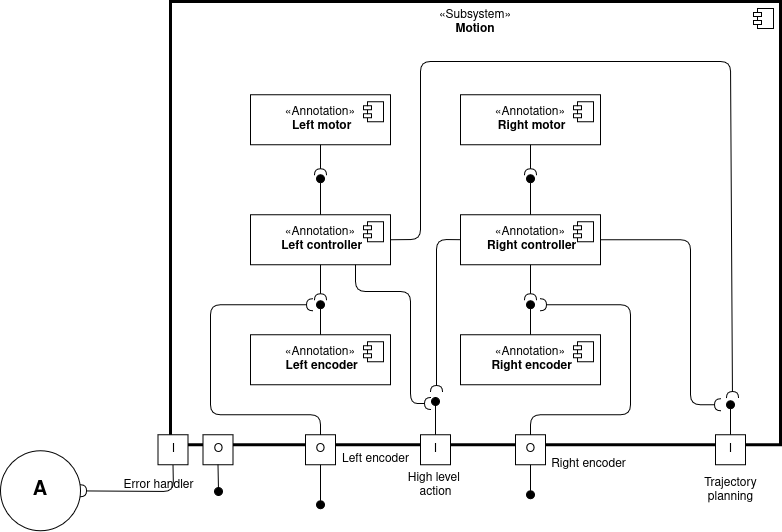
This is docs/source/_static/motion.png from AlessandroMangili/Assignment_Cogar_group_I, a draw.io export, as it was before one commit. Source tidied: cells renumbered, new cells last; positions are measured from the earlier drawing's top-left corner, leaving out a move shared by most shapes. The source it was exported from:
```xml
<mxGraphModel>
  <root>
    <mxCell id="0" />
    <mxCell id="1" parent="0" />
    <mxCell id="2" value="«Subsystem»&lt;br&gt;&lt;div&gt;&lt;b&gt;Motion&lt;/b&gt;&lt;/div&gt;&lt;div&gt;&lt;b&gt;&lt;br&gt;&lt;/b&gt;&lt;/div&gt;" style="html=1;whiteSpace=wrap;fillColor=none;align=center;verticalAlign=top;strokeWidth=3;" parent="1" vertex="1">
      <mxGeometry x="170" width="610" height="443.2" as="geometry" />
    </mxCell>
    <mxCell id="3" style="shape=module;jettyWidth=8;jettyHeight=4;" parent="2" vertex="1">
      <mxGeometry x="1" width="20" height="20" relative="1" as="geometry">
        <mxPoint x="-27" y="7" as="offset" />
      </mxGeometry>
    </mxCell>
    <mxCell id="4" value="«Annotation»&lt;br&gt;&lt;b&gt;&amp;nbsp;Left motor&lt;/b&gt;" style="html=1;whiteSpace=wrap;" parent="1" vertex="1">
      <mxGeometry x="250" y="93.2" width="140" height="50" as="geometry" />
    </mxCell>
    <mxCell id="5" style="shape=module;jettyWidth=8;jettyHeight=4;" parent="4" vertex="1">
      <mxGeometry x="1" width="20" height="20" relative="1" as="geometry">
        <mxPoint x="-27" y="7" as="offset" />
      </mxGeometry>
    </mxCell>
    <mxCell id="6" value="«Annotation»&lt;br&gt;&lt;b&gt;&amp;nbsp;Left encoder&lt;/b&gt;" style="html=1;whiteSpace=wrap;" parent="1" vertex="1">
      <mxGeometry x="250" y="333.2" width="140" height="50" as="geometry" />
    </mxCell>
    <mxCell id="7" style="shape=module;jettyWidth=8;jettyHeight=4;" parent="6" vertex="1">
      <mxGeometry x="1" width="20" height="20" relative="1" as="geometry">
        <mxPoint x="-27" y="7" as="offset" />
      </mxGeometry>
    </mxCell>
    <mxCell id="8" value="«Annotation»&lt;br&gt;&lt;b&gt;&amp;nbsp;Left controller&lt;/b&gt;" style="html=1;whiteSpace=wrap;" parent="1" vertex="1">
      <mxGeometry x="250" y="213.2" width="140" height="50" as="geometry" />
    </mxCell>
    <mxCell id="9" style="shape=module;jettyWidth=8;jettyHeight=4;" parent="8" vertex="1">
      <mxGeometry x="1" width="20" height="20" relative="1" as="geometry">
        <mxPoint x="-27" y="7" as="offset" />
      </mxGeometry>
    </mxCell>
    <mxCell id="10" style="html=1;verticalAlign=bottom;labelBackgroundColor=none;endArrow=oval;endFill=1;endSize=8;exitX=0.5;exitY=0;exitDx=0;exitDy=0;" parent="1" edge="1" source="6">
      <mxGeometry relative="1" as="geometry">
        <mxPoint x="320" y="303.2" as="targetPoint" />
      </mxGeometry>
    </mxCell>
    <mxCell id="11" style="html=1;verticalAlign=bottom;labelBackgroundColor=none;endArrow=halfCircle;endFill=0;endSize=4;exitX=0.5;exitY=1;exitDx=0;exitDy=0;" parent="1" edge="1" source="8">
      <mxGeometry relative="1" as="geometry">
        <mxPoint x="320" y="298.2" as="targetPoint" />
      </mxGeometry>
    </mxCell>
    <mxCell id="12" style="html=1;verticalAlign=bottom;labelBackgroundColor=none;endArrow=oval;endFill=1;endSize=8;exitX=0.5;exitY=0;exitDx=0;exitDy=0;" parent="1" edge="1" source="8">
      <mxGeometry relative="1" as="geometry">
        <mxPoint x="320" y="177.2" as="targetPoint" />
      </mxGeometry>
    </mxCell>
    <mxCell id="13" style="html=1;verticalAlign=bottom;labelBackgroundColor=none;endArrow=halfCircle;endFill=0;endSize=4;exitX=0.5;exitY=1;exitDx=0;exitDy=0;" parent="1" edge="1" source="4">
      <mxGeometry relative="1" as="geometry">
        <mxPoint x="320" y="173.2" as="targetPoint" />
      </mxGeometry>
    </mxCell>
    <mxCell id="14" value="«Annotation»&lt;br&gt;&lt;b&gt;&amp;nbsp;Right motor&lt;/b&gt;" style="html=1;whiteSpace=wrap;" parent="1" vertex="1">
      <mxGeometry x="460" y="93.2" width="140" height="50" as="geometry" />
    </mxCell>
    <mxCell id="15" style="shape=module;jettyWidth=8;jettyHeight=4;" parent="14" vertex="1">
      <mxGeometry x="1" width="20" height="20" relative="1" as="geometry">
        <mxPoint x="-27" y="7" as="offset" />
      </mxGeometry>
    </mxCell>
    <mxCell id="16" value="«Annotation»&lt;br&gt;&lt;b&gt;&amp;nbsp;Right encoder&lt;/b&gt;" style="html=1;whiteSpace=wrap;" parent="1" vertex="1">
      <mxGeometry x="460" y="333.2" width="140" height="50" as="geometry" />
    </mxCell>
    <mxCell id="17" style="shape=module;jettyWidth=8;jettyHeight=4;" parent="16" vertex="1">
      <mxGeometry x="1" width="20" height="20" relative="1" as="geometry">
        <mxPoint x="-27" y="7" as="offset" />
      </mxGeometry>
    </mxCell>
    <mxCell id="18" value="«Annotation»&lt;br&gt;&lt;b&gt;&amp;nbsp;Right controller&lt;/b&gt;" style="html=1;whiteSpace=wrap;" parent="1" vertex="1">
      <mxGeometry x="460" y="213.2" width="140" height="50" as="geometry" />
    </mxCell>
    <mxCell id="19" style="shape=module;jettyWidth=8;jettyHeight=4;" parent="18" vertex="1">
      <mxGeometry x="1" width="20" height="20" relative="1" as="geometry">
        <mxPoint x="-27" y="7" as="offset" />
      </mxGeometry>
    </mxCell>
    <mxCell id="20" style="html=1;verticalAlign=bottom;labelBackgroundColor=none;endArrow=oval;endFill=1;endSize=8;exitX=0.5;exitY=0;exitDx=0;exitDy=0;" parent="1" edge="1" source="16">
      <mxGeometry relative="1" as="geometry">
        <mxPoint x="530" y="303.2" as="targetPoint" />
      </mxGeometry>
    </mxCell>
    <mxCell id="21" style="html=1;verticalAlign=bottom;labelBackgroundColor=none;endArrow=halfCircle;endFill=0;endSize=4;exitX=0.5;exitY=1;exitDx=0;exitDy=0;" parent="1" edge="1" source="18">
      <mxGeometry relative="1" as="geometry">
        <mxPoint x="530" y="298.2" as="targetPoint" />
      </mxGeometry>
    </mxCell>
    <mxCell id="22" style="html=1;verticalAlign=bottom;labelBackgroundColor=none;endArrow=oval;endFill=1;endSize=8;exitX=0.5;exitY=0;exitDx=0;exitDy=0;" parent="1" edge="1" source="18">
      <mxGeometry relative="1" as="geometry">
        <mxPoint x="530" y="177.2" as="targetPoint" />
      </mxGeometry>
    </mxCell>
    <mxCell id="23" style="html=1;verticalAlign=bottom;labelBackgroundColor=none;endArrow=halfCircle;endFill=0;endSize=4;exitX=0.5;exitY=1;exitDx=0;exitDy=0;" parent="1" edge="1" source="14">
      <mxGeometry relative="1" as="geometry">
        <mxPoint x="530" y="173.2" as="targetPoint" />
      </mxGeometry>
    </mxCell>
    <mxCell id="24" value="O" style="html=1;rounded=0;direction=west;flipV=1;flipH=0;" parent="1" vertex="1">
      <mxGeometry x="305" y="433.2" width="30" height="30" as="geometry" />
    </mxCell>
    <mxCell id="25" style="html=1;verticalAlign=bottom;labelBackgroundColor=none;endArrow=oval;endFill=1;endSize=8;exitX=0.5;exitY=0;exitDx=0;exitDy=0;" parent="1" edge="1" source="24">
      <mxGeometry relative="1" as="geometry">
        <mxPoint x="320" y="503.2" as="targetPoint" />
      </mxGeometry>
    </mxCell>
    <mxCell id="26" style="html=1;verticalAlign=bottom;labelBackgroundColor=none;endArrow=halfCircle;endFill=0;endSize=4;exitX=0.5;exitY=1;exitDx=0;exitDy=0;" parent="1" edge="1" source="24">
      <mxGeometry relative="1" as="geometry">
        <mxPoint x="312" y="303.2" as="targetPoint" />
        <Array as="points">
          <mxPoint x="320" y="413.2" />
          <mxPoint x="210" y="413.2" />
          <mxPoint x="210" y="303.2" />
        </Array>
      </mxGeometry>
    </mxCell>
    <mxCell id="27" value="O" style="html=1;rounded=0;direction=west;flipV=1;flipH=0;" parent="1" vertex="1">
      <mxGeometry x="515" y="433.2" width="30" height="30" as="geometry" />
    </mxCell>
    <mxCell id="28" style="html=1;verticalAlign=bottom;labelBackgroundColor=none;endArrow=halfCircle;endFill=0;endSize=4;exitX=0.5;exitY=1;exitDx=0;exitDy=0;" parent="1" edge="1" source="27">
      <mxGeometry relative="1" as="geometry">
        <mxPoint x="540" y="303.2" as="targetPoint" />
        <Array as="points">
          <mxPoint x="530" y="413.2" />
          <mxPoint x="630" y="413.2" />
          <mxPoint x="630" y="303.2" />
        </Array>
      </mxGeometry>
    </mxCell>
    <mxCell id="29" style="html=1;verticalAlign=bottom;labelBackgroundColor=none;endArrow=oval;endFill=1;endSize=8;exitX=0.5;exitY=0;exitDx=0;exitDy=0;" parent="1" edge="1" source="27">
      <mxGeometry relative="1" as="geometry">
        <mxPoint x="530" y="493.2" as="targetPoint" />
      </mxGeometry>
    </mxCell>
    <mxCell id="30" value="I" style="html=1;rounded=0;direction=west;flipV=1;flipH=0;" parent="1" vertex="1">
      <mxGeometry x="715" y="433.2" width="30" height="30" as="geometry" />
    </mxCell>
    <mxCell id="31" style="html=1;verticalAlign=bottom;labelBackgroundColor=none;endArrow=oval;endFill=1;endSize=8;exitX=0.5;exitY=1;exitDx=0;exitDy=0;" parent="1" edge="1" source="30">
      <mxGeometry relative="1" as="geometry">
        <mxPoint x="730" y="403.2" as="targetPoint" />
      </mxGeometry>
    </mxCell>
    <mxCell id="32" style="html=1;verticalAlign=bottom;labelBackgroundColor=none;endArrow=halfCircle;endFill=0;endSize=4;exitX=1;exitY=0.5;exitDx=0;exitDy=0;" parent="1" edge="1" source="18">
      <mxGeometry relative="1" as="geometry">
        <mxPoint x="720" y="403.2" as="targetPoint" />
        <Array as="points">
          <mxPoint x="690" y="238.2" />
          <mxPoint x="690" y="403.2" />
        </Array>
      </mxGeometry>
    </mxCell>
    <mxCell id="33" value="Left encoder" style="text;html=1;align=center;verticalAlign=middle;strokeColor=none;fillColor=none;" parent="1" vertex="1">
      <mxGeometry x="330" y="443.2" width="90" height="30" as="geometry" />
    </mxCell>
    <mxCell id="34" value="I" style="html=1;rounded=0;direction=west;flipV=1;flipH=0;" parent="1" vertex="1">
      <mxGeometry x="420" y="433.2" width="30" height="30" as="geometry" />
    </mxCell>
    <mxCell id="35" style="html=1;verticalAlign=bottom;labelBackgroundColor=none;endArrow=oval;endFill=1;endSize=8;exitX=0.5;exitY=1;exitDx=0;exitDy=0;" parent="1" edge="1" source="34">
      <mxGeometry relative="1" as="geometry">
        <mxPoint x="435" y="400" as="targetPoint" />
      </mxGeometry>
    </mxCell>
    <mxCell id="36" style="html=1;verticalAlign=bottom;labelBackgroundColor=none;endArrow=halfCircle;endFill=0;endSize=4;exitX=1;exitY=0.5;exitDx=0;exitDy=0;" parent="1" edge="1" source="8">
      <mxGeometry relative="1" as="geometry">
        <mxPoint x="732" y="396" as="targetPoint" />
        <Array as="points">
          <mxPoint x="420" y="238" />
          <mxPoint x="420" y="60" />
          <mxPoint x="730" y="60" />
        </Array>
      </mxGeometry>
    </mxCell>
    <mxCell id="37" style="html=1;verticalAlign=bottom;labelBackgroundColor=none;endArrow=halfCircle;endFill=0;endSize=4;exitX=0;exitY=0.5;exitDx=0;exitDy=0;" parent="1" edge="1" source="18">
      <mxGeometry relative="1" as="geometry">
        <mxPoint x="436" y="390" as="targetPoint" />
        <Array as="points">
          <mxPoint x="436" y="238" />
        </Array>
      </mxGeometry>
    </mxCell>
    <mxCell id="38" style="html=1;verticalAlign=bottom;labelBackgroundColor=none;endArrow=halfCircle;endFill=0;endSize=4;exitX=0.75;exitY=1;exitDx=0;exitDy=0;" parent="1" edge="1" source="8">
      <mxGeometry relative="1" as="geometry">
        <mxPoint x="430" y="402" as="targetPoint" />
        <Array as="points">
          <mxPoint x="355" y="290" />
          <mxPoint x="410" y="290" />
          <mxPoint x="410" y="402" />
        </Array>
      </mxGeometry>
    </mxCell>
    <mxCell id="39" value="Right encoder" style="text;html=1;align=center;verticalAlign=middle;strokeColor=none;fillColor=none;" parent="1" vertex="1">
      <mxGeometry x="537.5" y="448.2" width="100" height="30" as="geometry" />
    </mxCell>
    <mxCell id="40" value="O" style="html=1;rounded=0;direction=west;flipV=1;flipH=0;" parent="1" vertex="1">
      <mxGeometry x="202.5" y="433.2" width="30" height="30" as="geometry" />
    </mxCell>
    <mxCell id="41" style="html=1;verticalAlign=bottom;labelBackgroundColor=none;endArrow=oval;endFill=1;endSize=8;exitX=0.5;exitY=0;exitDx=0;exitDy=0;" parent="1" edge="1" source="40">
      <mxGeometry relative="1" as="geometry">
        <mxPoint x="218" y="490" as="targetPoint" />
      </mxGeometry>
    </mxCell>
    <mxCell id="42" value="I" style="html=1;rounded=0;direction=west;flipV=1;flipH=0;" parent="1" vertex="1">
      <mxGeometry x="157.5" y="433.2" width="30" height="30" as="geometry" />
    </mxCell>
    <mxCell id="43" value="&lt;b&gt;A&lt;/b&gt;" style="ellipse;whiteSpace=wrap;html=1;fontSize=20;" parent="1" vertex="1">
      <mxGeometry y="449.4" width="80" height="80" as="geometry" />
    </mxCell>
    <mxCell id="44" style="html=1;verticalAlign=bottom;labelBackgroundColor=none;endArrow=halfCircle;endFill=0;endSize=4;exitX=0.5;exitY=0;exitDx=0;exitDy=0;entryX=1;entryY=0.5;entryDx=0;entryDy=0;" parent="1" edge="1" source="42" target="43">
      <mxGeometry relative="1" as="geometry">
        <Array as="points">
          <mxPoint x="173" y="490" />
        </Array>
      </mxGeometry>
    </mxCell>
    <mxCell id="45" value="&lt;div&gt;Error handler&lt;/div&gt;" style="text;html=1;align=center;verticalAlign=middle;strokeColor=none;fillColor=none;" parent="1" vertex="1">
      <mxGeometry x="112.5" y="468.6" width="90" height="30" as="geometry" />
    </mxCell>
    <mxCell id="46" value="&lt;div&gt;High level&amp;nbsp;&lt;/div&gt;&lt;div&gt;action&lt;/div&gt;" style="text;html=1;align=center;verticalAlign=middle;strokeColor=none;fillColor=none;" parent="1" vertex="1">
      <mxGeometry x="395" y="463.6" width="80" height="40" as="geometry" />
    </mxCell>
    <mxCell id="47" value="Trajectory&lt;div&gt;planning&lt;/div&gt;" style="text;html=1;align=center;verticalAlign=middle;strokeColor=none;fillColor=none;flipV=0;" parent="1" vertex="1">
      <mxGeometry x="690" y="468.6" width="80" height="40" as="geometry" />
    </mxCell>
  </root>
</mxGraphModel>
```
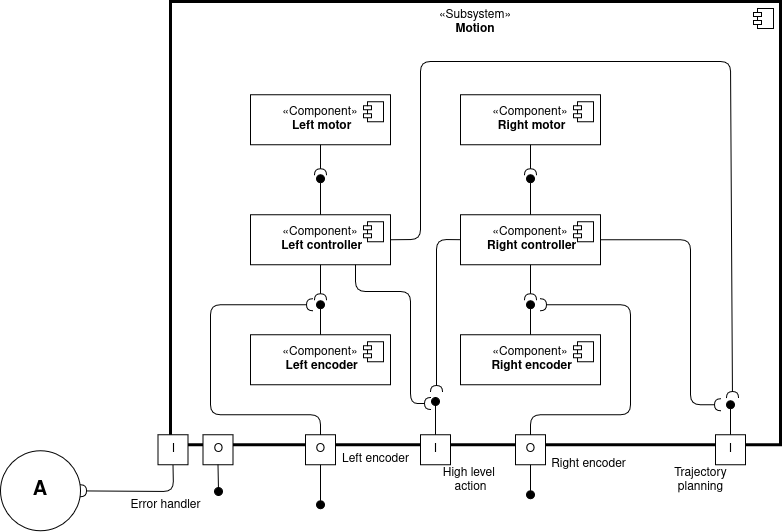
After the change.

Change to the diagram source:
```diff
@@ -10,7 +10,7 @@
         <mxPoint x="-27" y="7" as="offset" />
       </mxGeometry>
     </mxCell>
-    <mxCell id="4" value="«Annotation»&lt;br&gt;&lt;b&gt;&amp;nbsp;Left motor&lt;/b&gt;" style="html=1;whiteSpace=wrap;" parent="1" vertex="1">
+    <mxCell id="4" value="«Component»&lt;br&gt;&lt;b&gt;&amp;nbsp;Left motor&lt;/b&gt;" style="html=1;whiteSpace=wrap;" parent="1" vertex="1">
       <mxGeometry x="250" y="93.2" width="140" height="50" as="geometry" />
     </mxCell>
     <mxCell id="5" style="shape=module;jettyWidth=8;jettyHeight=4;" parent="4" vertex="1">
@@ -18,7 +18,7 @@
         <mxPoint x="-27" y="7" as="offset" />
       </mxGeometry>
     </mxCell>
-    <mxCell id="6" value="«Annotation»&lt;br&gt;&lt;b&gt;&amp;nbsp;Left encoder&lt;/b&gt;" style="html=1;whiteSpace=wrap;" parent="1" vertex="1">
+    <mxCell id="6" value="«Component»&lt;br&gt;&lt;b&gt;&amp;nbsp;Left encoder&lt;/b&gt;" style="html=1;whiteSpace=wrap;" parent="1" vertex="1">
       <mxGeometry x="250" y="333.2" width="140" height="50" as="geometry" />
     </mxCell>
     <mxCell id="7" style="shape=module;jettyWidth=8;jettyHeight=4;" parent="6" vertex="1">
@@ -26,7 +26,7 @@
         <mxPoint x="-27" y="7" as="offset" />
       </mxGeometry>
     </mxCell>
-    <mxCell id="8" value="«Annotation»&lt;br&gt;&lt;b&gt;&amp;nbsp;Left controller&lt;/b&gt;" style="html=1;whiteSpace=wrap;" parent="1" vertex="1">
+    <mxCell id="8" value="«Component»&lt;br&gt;&lt;b&gt;&amp;nbsp;Left controller&lt;/b&gt;" style="html=1;whiteSpace=wrap;" parent="1" vertex="1">
       <mxGeometry x="250" y="213.2" width="140" height="50" as="geometry" />
     </mxCell>
     <mxCell id="9" style="shape=module;jettyWidth=8;jettyHeight=4;" parent="8" vertex="1">
@@ -54,7 +54,7 @@
         <mxPoint x="320" y="173.2" as="targetPoint" />
       </mxGeometry>
     </mxCell>
-    <mxCell id="14" value="«Annotation»&lt;br&gt;&lt;b&gt;&amp;nbsp;Right motor&lt;/b&gt;" style="html=1;whiteSpace=wrap;" parent="1" vertex="1">
+    <mxCell id="14" value="«Component»&lt;br&gt;&lt;b&gt;&amp;nbsp;Right motor&lt;/b&gt;" style="html=1;whiteSpace=wrap;" parent="1" vertex="1">
       <mxGeometry x="460" y="93.2" width="140" height="50" as="geometry" />
     </mxCell>
     <mxCell id="15" style="shape=module;jettyWidth=8;jettyHeight=4;" parent="14" vertex="1">
@@ -62,7 +62,7 @@
         <mxPoint x="-27" y="7" as="offset" />
       </mxGeometry>
     </mxCell>
-    <mxCell id="16" value="«Annotation»&lt;br&gt;&lt;b&gt;&amp;nbsp;Right encoder&lt;/b&gt;" style="html=1;whiteSpace=wrap;" parent="1" vertex="1">
+    <mxCell id="16" value="«Component»&lt;br&gt;&lt;b&gt;&amp;nbsp;Right encoder&lt;/b&gt;" style="html=1;whiteSpace=wrap;" parent="1" vertex="1">
       <mxGeometry x="460" y="333.2" width="140" height="50" as="geometry" />
     </mxCell>
     <mxCell id="17" style="shape=module;jettyWidth=8;jettyHeight=4;" parent="16" vertex="1">
@@ -70,7 +70,7 @@
         <mxPoint x="-27" y="7" as="offset" />
       </mxGeometry>
     </mxCell>
-    <mxCell id="18" value="«Annotation»&lt;br&gt;&lt;b&gt;&amp;nbsp;Right controller&lt;/b&gt;" style="html=1;whiteSpace=wrap;" parent="1" vertex="1">
+    <mxCell id="18" value="«Component»&lt;br&gt;&lt;b&gt;&amp;nbsp;Right controller&lt;/b&gt;" style="html=1;whiteSpace=wrap;" parent="1" vertex="1">
       <mxGeometry x="460" y="213.2" width="140" height="50" as="geometry" />
     </mxCell>
     <mxCell id="19" style="shape=module;jettyWidth=8;jettyHeight=4;" parent="18" vertex="1">
@@ -215,13 +215,13 @@
       </mxGeometry>
     </mxCell>
     <mxCell id="45" value="&lt;div&gt;Error handler&lt;/div&gt;" style="text;html=1;align=center;verticalAlign=middle;strokeColor=none;fillColor=none;" parent="1" vertex="1">
-      <mxGeometry x="112.5" y="468.6" width="90" height="30" as="geometry" />
+      <mxGeometry x="120" y="488.9" width="90" height="30" as="geometry" />
     </mxCell>
     <mxCell id="46" value="&lt;div&gt;High level&amp;nbsp;&lt;/div&gt;&lt;div&gt;action&lt;/div&gt;" style="text;html=1;align=center;verticalAlign=middle;strokeColor=none;fillColor=none;" parent="1" vertex="1">
-      <mxGeometry x="395" y="463.6" width="80" height="40" as="geometry" />
+      <mxGeometry x="430" y="458.6" width="80" height="40" as="geometry" />
     </mxCell>
     <mxCell id="47" value="Trajectory&lt;div&gt;planning&lt;/div&gt;" style="text;html=1;align=center;verticalAlign=middle;strokeColor=none;fillColor=none;flipV=0;" parent="1" vertex="1">
-      <mxGeometry x="690" y="468.6" width="80" height="40" as="geometry" />
+      <mxGeometry x="660" y="459.4" width="80" height="40" as="geometry" />
     </mxCell>
   </root>
 </mxGraphModel>
```
